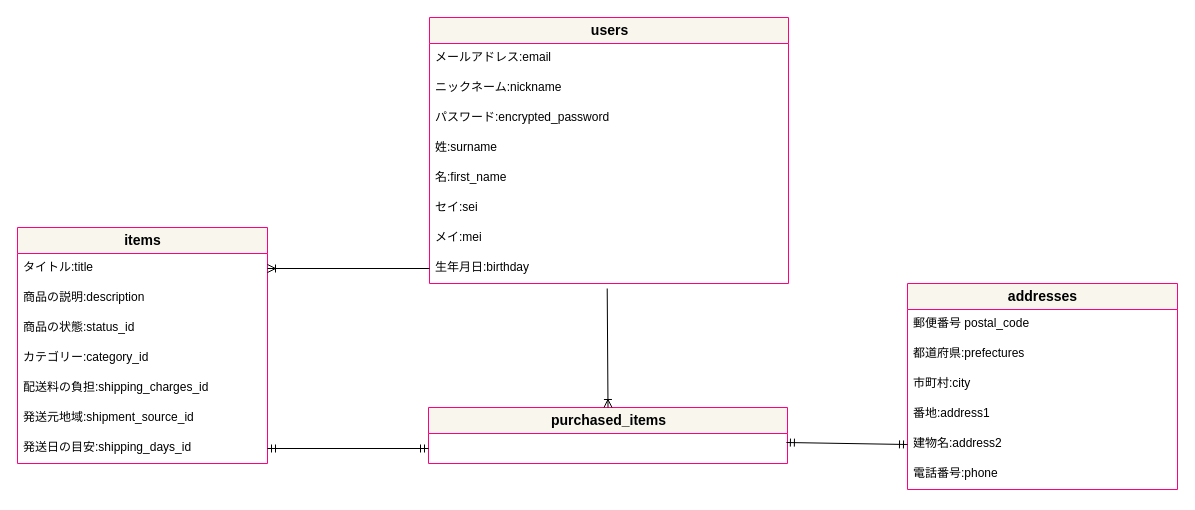
MikaArakawa/furima-35455 keeps this draw.io diagram as er.dio. Above is the earlier version. Source tidied: cells renumbered, new cells numbered last; positions are measured from the earlier drawing's top-left corner, leaving out a move shared by most shapes. Both pictures are drawn from the tidied source at 100%, with x=0, y=0 at pixel (17, 17).
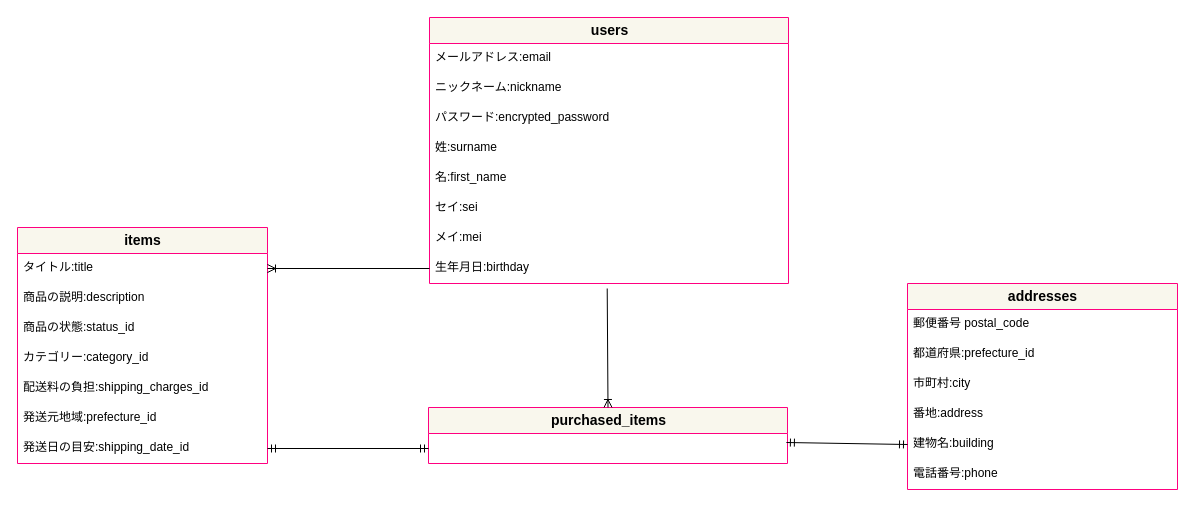
Above is the later version.

Unchanged cells that the change refers to:
```xml
<mxCell id="2" value="&lt;font color=&quot;#000000&quot;&gt;&lt;b&gt;items&lt;/b&gt;&lt;/font&gt;" style="swimlane;fontStyle=0;horizontal=1;startSize=26;align=center;fontSize=14;strokeColor=#FF0080;fillColor=#f9f7ed;html=1;" parent="1" vertex="1">
  <mxGeometry y="210" width="250" height="236" as="geometry" />
</mxCell>
<mxCell id="11" value="&lt;font color=&quot;#000000&quot;&gt;addresses&lt;/font&gt;" style="swimlane;fontStyle=1;horizontal=1;startSize=26;align=center;fontSize=14;strokeColor=#FF0080;fillColor=#f9f7ed;html=1;" parent="1" vertex="1">
  <mxGeometry x="890" y="266" width="270" height="206" as="geometry" />
</mxCell>
```

Change to the diagram source:
```diff
@@
-    <mxCell id="8" value="発送元地域:shipment_source_id" style="text;strokeColor=none;fillColor=none;spacingLeft=4;spacingRight=4;overflow=hidden;fontSize=12;" parent="2" vertex="1">
+    <mxCell id="8" value="発送元地域:prefecture_id" style="text;strokeColor=none;fillColor=none;spacingLeft=4;spacingRight=4;overflow=hidden;fontSize=12;" parent="2" vertex="1">
       <mxGeometry y="176" width="250" height="30" as="geometry" />
     </mxCell>
-    <mxCell id="9" value="発送日の目安:shipping_days_id" style="text;strokeColor=none;fillColor=none;spacingLeft=4;spacingRight=4;overflow=hidden;points=[[0,0.5],[1,0.5]];portConstraint=eastwest;fontSize=12;" parent="2" vertex="1">
+    <mxCell id="9" value="発送日の目安:shipping_date_id" style="text;strokeColor=none;fillColor=none;spacingLeft=4;spacingRight=4;overflow=hidden;points=[[0,0.5],[1,0.5]];portConstraint=eastwest;fontSize=12;" parent="2" vertex="1">
       <mxGeometry y="206" width="250" height="30" as="geometry" />
     </mxCell>
@@
-    <mxCell id="13" value="都道府県:prefectures" style="text;strokeColor=none;fillColor=none;spacingLeft=4;spacingRight=4;overflow=hidden;fontSize=12;" parent="11" vertex="1">
+    <mxCell id="13" value="都道府県:prefecture_id" style="text;strokeColor=none;fillColor=none;spacingLeft=4;spacingRight=4;overflow=hidden;fontSize=12;" parent="11" vertex="1">
       <mxGeometry y="56" width="270" height="30" as="geometry" />
     </mxCell>
@@
-    <mxCell id="15" value="番地:address1" style="text;strokeColor=none;fillColor=none;spacingLeft=4;spacingRight=4;overflow=hidden;fontSize=12;" parent="11" vertex="1">
+    <mxCell id="15" value="番地:address" style="text;strokeColor=none;fillColor=none;spacingLeft=4;spacingRight=4;overflow=hidden;fontSize=12;" parent="11" vertex="1">
       <mxGeometry y="116" width="270" height="30" as="geometry" />
     </mxCell>
-    <mxCell id="16" value="建物名:address2" style="text;strokeColor=none;fillColor=none;spacingLeft=4;spacingRight=4;overflow=hidden;points=[[0,0.5],[1,0.5]];portConstraint=eastwest;fontSize=12;" parent="11" vertex="1">
+    <mxCell id="16" value="建物名:building" style="text;strokeColor=none;fillColor=none;spacingLeft=4;spacingRight=4;overflow=hidden;points=[[0,0.5],[1,0.5]];portConstraint=eastwest;fontSize=12;" parent="11" vertex="1">
       <mxGeometry y="146" width="270" height="30" as="geometry" />
     </mxCell>
```
